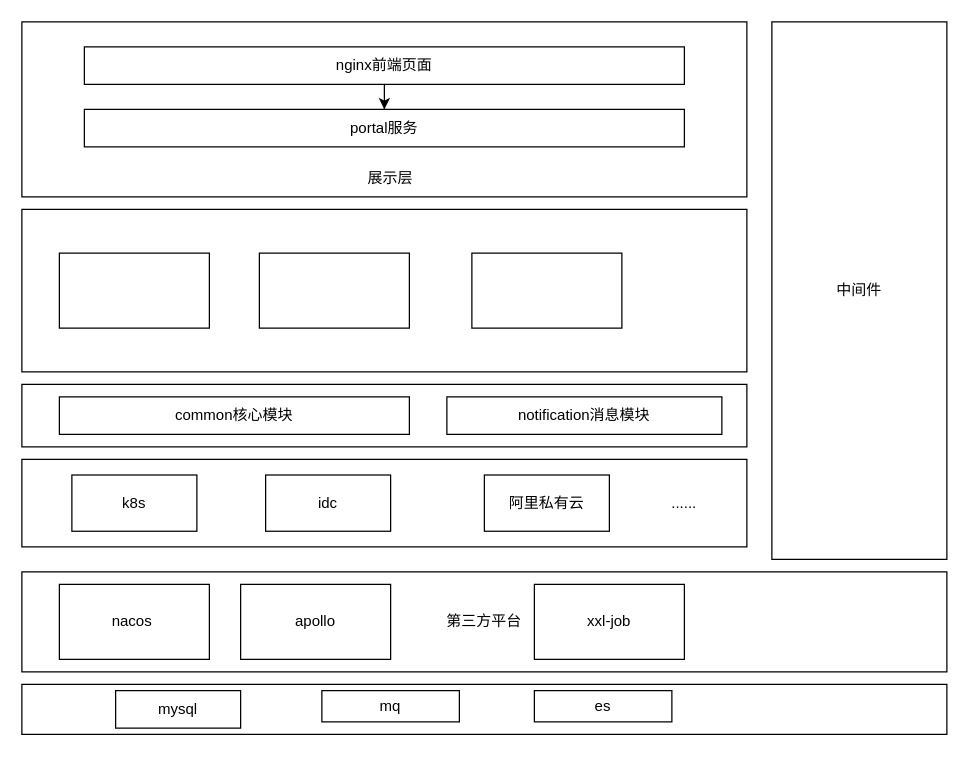
Above: 未命名绘图.drawio in scrollsyou/doc (draw.io), before the change. Source tidied: cells renumbered, new cells numbered last; positions are measured from the earlier drawing's top-left corner, leaving out a move shared by most shapes. Both pictures are drawn from the tidied source at 125%, with x=0, y=0 at pixel (21, 21).
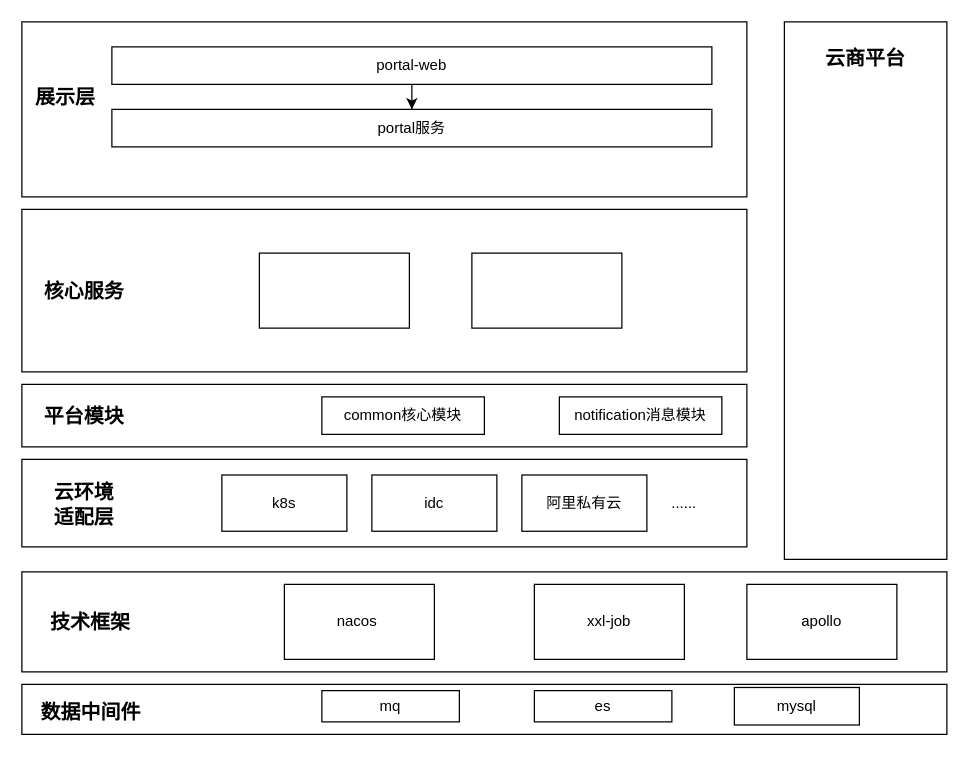
The same diagram, later.

Commit message:
更新未命名绘图.drawio

What changed in the source:
```diff
@@
-    <mxCell id="5" value="中间件" style="rounded=0;whiteSpace=wrap;html=1;" parent="1" vertex="1">
-      <mxGeometry x="600" width="140" height="430" as="geometry" />
+    <mxCell id="5" style="rounded=0;whiteSpace=wrap;html=1;" parent="1" vertex="1">
+      <mxGeometry x="610" width="130" height="430" as="geometry" />
     </mxCell>
-    <mxCell id="6" value="第三方平台" style="rounded=0;whiteSpace=wrap;html=1;" parent="1" vertex="1">
+    <mxCell id="6" style="rounded=0;whiteSpace=wrap;html=1;" parent="1" vertex="1">
       <mxGeometry y="440" width="740" height="80" as="geometry" />
     </mxCell>
-    <mxCell id="7" value="展示层" style="text;html=1;strokeColor=none;fillColor=none;align=center;verticalAlign=middle;whiteSpace=wrap;rounded=0;" parent="1" vertex="1">
-      <mxGeometry x="265" y="110" width="60" height="30" as="geometry" />
+    <mxCell id="7" value="展示层" style="text;html=1;strokeColor=none;fillColor=none;align=center;verticalAlign=middle;whiteSpace=wrap;rounded=0;fontStyle=1;fontSize=16;" parent="1" vertex="1">
+      <mxGeometry x="10" y="30" width="50" height="60" as="geometry" />
     </mxCell>
@@
-    <mxCell id="9" value="nginx前端页面" style="rounded=0;whiteSpace=wrap;html=1;" parent="1" vertex="1">
-      <mxGeometry x="50" y="20" width="480" height="30" as="geometry" />
+    <mxCell id="9" value="portal-web" style="rounded=0;whiteSpace=wrap;html=1;" parent="1" vertex="1">
+      <mxGeometry x="72" y="20" width="480" height="30" as="geometry" />
     </mxCell>
     <mxCell id="10" value="portal服务" style="rounded=0;whiteSpace=wrap;html=1;" parent="1" vertex="1">
-      <mxGeometry x="50" y="70" width="480" height="30" as="geometry" />
+      <mxGeometry x="72" y="70" width="480" height="30" as="geometry" />
     </mxCell>
     <mxCell id="11" value="common核心模块" style="rounded=0;whiteSpace=wrap;html=1;" parent="1" vertex="1">
-      <mxGeometry x="30" y="300" width="280" height="30" as="geometry" />
+      <mxGeometry x="240" y="300" width="130" height="30" as="geometry" />
     </mxCell>
     <mxCell id="12" value="notification消息模块" style="rounded=0;whiteSpace=wrap;html=1;" parent="1" vertex="1">
-      <mxGeometry x="340" y="300" width="220" height="30" as="geometry" />
+      <mxGeometry x="430" y="300" width="130" height="30" as="geometry" />
     </mxCell>
     <mxCell id="13" value="nacos&amp;nbsp;" style="rounded=0;whiteSpace=wrap;html=1;" parent="1" vertex="1">
-      <mxGeometry x="30" y="450" width="120" height="60" as="geometry" />
+      <mxGeometry x="210" y="450" width="120" height="60" as="geometry" />
     </mxCell>
     <mxCell id="14" value="apollo" style="rounded=0;whiteSpace=wrap;html=1;" parent="1" vertex="1">
-      <mxGeometry x="175" y="450" width="120" height="60" as="geometry" />
+      <mxGeometry x="580" y="450" width="120" height="60" as="geometry" />
     </mxCell>
@@
     <mxCell id="17" value="mysql" style="rounded=0;whiteSpace=wrap;html=1;" parent="1" vertex="1">
-      <mxGeometry x="75" y="535" width="100" height="30" as="geometry" />
+      <mxGeometry x="570" y="532.5" width="100" height="30" as="geometry" />
     </mxCell>
@@
     <mxCell id="21" value="k8s" style="rounded=0;whiteSpace=wrap;html=1;" parent="1" vertex="1">
-      <mxGeometry x="40" y="362.5" width="100" height="45" as="geometry" />
+      <mxGeometry x="160" y="362.5" width="100" height="45" as="geometry" />
     </mxCell>
     <mxCell id="22" value="idc" style="rounded=0;whiteSpace=wrap;html=1;" parent="1" vertex="1">
-      <mxGeometry x="195" y="362.5" width="100" height="45" as="geometry" />
+      <mxGeometry x="280" y="362.5" width="100" height="45" as="geometry" />
     </mxCell>
     <mxCell id="23" value="阿里私有云" style="rounded=0;whiteSpace=wrap;html=1;" parent="1" vertex="1">
-      <mxGeometry x="370" y="362.5" width="100" height="45" as="geometry" />
+      <mxGeometry x="400" y="362.5" width="100" height="45" as="geometry" />
     </mxCell>
@@
-    <mxCell id="25" style="rounded=0;whiteSpace=wrap;html=1;" parent="1" vertex="1">
-      <mxGeometry x="30" y="185" width="120" height="60" as="geometry" />
-    </mxCell>
@@
+    <mxCell id="28" value="核心服务" style="text;html=1;strokeColor=none;fillColor=none;align=center;verticalAlign=middle;whiteSpace=wrap;rounded=0;fontStyle=1;fontSize=16;" parent="1" vertex="1">
+      <mxGeometry x="10" y="185" width="80" height="60" as="geometry" />
+    </mxCell>
+    <mxCell id="29" value="平台模块" style="text;html=1;strokeColor=none;fillColor=none;align=center;verticalAlign=middle;whiteSpace=wrap;rounded=0;fontStyle=1;fontSize=16;" parent="1" vertex="1">
+      <mxGeometry x="10" y="295" width="80" height="40" as="geometry" />
+    </mxCell>
+    <mxCell id="30" value="云环境适配层" style="text;html=1;strokeColor=none;fillColor=none;align=center;verticalAlign=middle;whiteSpace=wrap;rounded=0;fontStyle=1;fontSize=16;" parent="1" vertex="1">
+      <mxGeometry x="20" y="365" width="60" height="42.5" as="geometry" />
+    </mxCell>
+    <mxCell id="31" value="技术框架" style="text;html=1;strokeColor=none;fillColor=none;align=center;verticalAlign=middle;whiteSpace=wrap;rounded=0;fontStyle=1;fontSize=16;" parent="1" vertex="1">
+      <mxGeometry x="20" y="459" width="70" height="42.5" as="geometry" />
+    </mxCell>
+    <mxCell id="32" value="数据中间件" style="text;html=1;strokeColor=none;fillColor=none;align=center;verticalAlign=middle;whiteSpace=wrap;rounded=0;fontStyle=1;fontSize=16;" parent="1" vertex="1">
+      <mxGeometry x="12.5" y="532.5" width="85" height="38.1" as="geometry" />
+    </mxCell>
+    <mxCell id="33" value="云商平台" style="text;html=1;strokeColor=none;fillColor=none;align=center;verticalAlign=middle;whiteSpace=wrap;rounded=0;fontStyle=1;fontSize=16;" parent="1" vertex="1">
+      <mxGeometry x="640" y="7.5" width="70" height="42.5" as="geometry" />
+    </mxCell>
```
